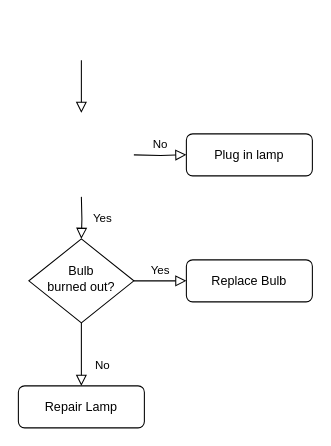
This is Untitled Diagram.drawio from celio86/mdc118, a draw.io file, before an edit. Source tidied: cells renumbered, new cells numbered last; positions are measured from the earlier drawing's top-left corner, leaving out a move shared by most shapes. Both pictures are drawn from the tidied source at 105%, with x=0, y=0 at pixel (18, 60).
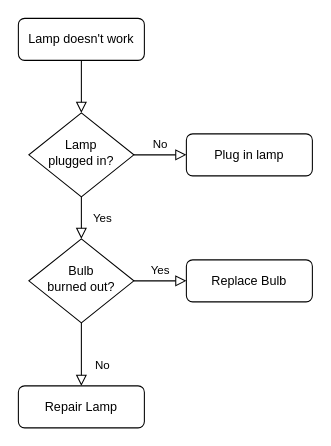
After the change.

Change to the diagram source:
```diff
@@
 <mxGraphModel>
   <root>
     <mxCell id="0" />
     <mxCell id="1" parent="0" />
-    <mxCell id="2" style="rounded=0;html=1;jettySize=auto;orthogonalLoop=1;fontSize=11;endArrow=block;endFill=0;endSize=8;strokeWidth=1;shadow=0;labelBackgroundColor=none;edgeStyle=orthogonalEdgeStyle;" parent="1" edge="1">
-      <mxGeometry relative="1" as="geometry">
-        <mxPoint x="60" as="sourcePoint" />
-        <mxPoint x="60" y="50" as="targetPoint" />
-      </mxGeometry>
+    <mxCell id="2" style="rounded=0;html=1;jettySize=auto;fontSize=11;endArrow=block;endFill=0;endSize=8;strokeWidth=1;shadow=0;labelBackgroundColor=none;edgeStyle=orthogonalEdgeStyle;" parent="1" edge="1" source="11" target="12">
+      <mxGeometry relative="1" as="geometry" />
     </mxCell>
+    <mxCell id="11" value="Lamp doesn't work" style="rounded=1;whiteSpace=wrap;html=1;fontSize=12;glass=0;strokeWidth=1;shadow=0;" parent="1" vertex="1">
+      <mxGeometry y="-40" width="120" height="40" as="geometry" />
+    </mxCell>
-    <mxCell id="3" value="Yes" style="rounded=0;html=1;jettySize=auto;fontSize=11;endArrow=block;endFill=0;endSize=8;strokeWidth=1;shadow=0;labelBackgroundColor=none;edgeStyle=orthogonalEdgeStyle;" parent="1" edge="1" target="8">
-      <mxGeometry y="20" relative="1" as="geometry">
-        <mxPoint x="60" y="130" as="sourcePoint" />
-      </mxGeometry>
+    <mxCell id="3" value="Yes" style="rounded=0;html=1;jettySize=auto;fontSize=11;endArrow=block;endFill=0;endSize=8;strokeWidth=1;shadow=0;labelBackgroundColor=none;edgeStyle=orthogonalEdgeStyle;" parent="1" edge="1" source="12" target="8">
+      <mxGeometry y="20" relative="1" as="geometry" />
     </mxCell>
-    <mxCell id="4" value="No" style="edgeStyle=orthogonalEdgeStyle;rounded=0;html=1;jettySize=auto;fontSize=11;endArrow=block;endFill=0;endSize=8;strokeWidth=1;shadow=0;labelBackgroundColor=none;" parent="1" edge="1" target="5">
-      <mxGeometry y="10" relative="1" as="geometry">
-        <mxPoint x="110" y="90" as="sourcePoint" />
-      </mxGeometry>
+    <mxCell id="4" value="No" style="edgeStyle=orthogonalEdgeStyle;rounded=0;html=1;jettySize=auto;fontSize=11;endArrow=block;endFill=0;endSize=8;strokeWidth=1;shadow=0;labelBackgroundColor=none;" parent="1" edge="1" source="12" target="5">
+      <mxGeometry y="10" relative="1" as="geometry" />
     </mxCell>
+    <mxCell id="12" value="Lamp&lt;br&gt;plugged in?" style="rhombus;whiteSpace=wrap;html=1;shadow=0;fontFamily=Helvetica;fontSize=12;align=center;strokeWidth=1;spacing=6;spacingTop=-4;" parent="1" vertex="1">
+      <mxGeometry x="10" y="50" width="100" height="80" as="geometry" />
+    </mxCell>
     <mxCell id="5" value="Plug in lamp" style="rounded=1;whiteSpace=wrap;html=1;fontSize=12;glass=0;strokeWidth=1;shadow=0;" parent="1" vertex="1">
       <mxGeometry x="160" y="70" width="120" height="40" as="geometry" />
     </mxCell>
     <mxCell id="6" value="No" style="rounded=0;html=1;jettySize=auto;fontSize=11;endArrow=block;endFill=0;endSize=8;strokeWidth=1;shadow=0;labelBackgroundColor=none;edgeStyle=orthogonalEdgeStyle;" parent="1" edge="1" source="8" target="9">
       <mxGeometry x="0.33" y="20" relative="1" as="geometry" />
     </mxCell>
     <mxCell id="7" value="Yes" style="edgeStyle=orthogonalEdgeStyle;rounded=0;html=1;jettySize=auto;fontSize=11;endArrow=block;endFill=0;endSize=8;strokeWidth=1;shadow=0;labelBackgroundColor=none;" parent="1" edge="1" source="8" target="10">
       <mxGeometry y="10" relative="1" as="geometry" />
     </mxCell>
     <mxCell id="8" value="Bulb&lt;br&gt;burned out?" style="rhombus;whiteSpace=wrap;html=1;shadow=0;fontFamily=Helvetica;fontSize=12;align=center;strokeWidth=1;spacing=6;spacingTop=-4;" parent="1" vertex="1">
       <mxGeometry x="10" y="170" width="100" height="80" as="geometry" />
     </mxCell>
     <mxCell id="9" value="Repair Lamp" style="rounded=1;whiteSpace=wrap;html=1;fontSize=12;glass=0;strokeWidth=1;shadow=0;" parent="1" vertex="1">
       <mxGeometry y="310" width="120" height="40" as="geometry" />
     </mxCell>
     <mxCell id="10" value="Replace Bulb" style="rounded=1;whiteSpace=wrap;html=1;fontSize=12;glass=0;strokeWidth=1;shadow=0;" parent="1" vertex="1">
       <mxGeometry x="160" y="190" width="120" height="40" as="geometry" />
     </mxCell>
   </root>
 </mxGraphModel>
```
